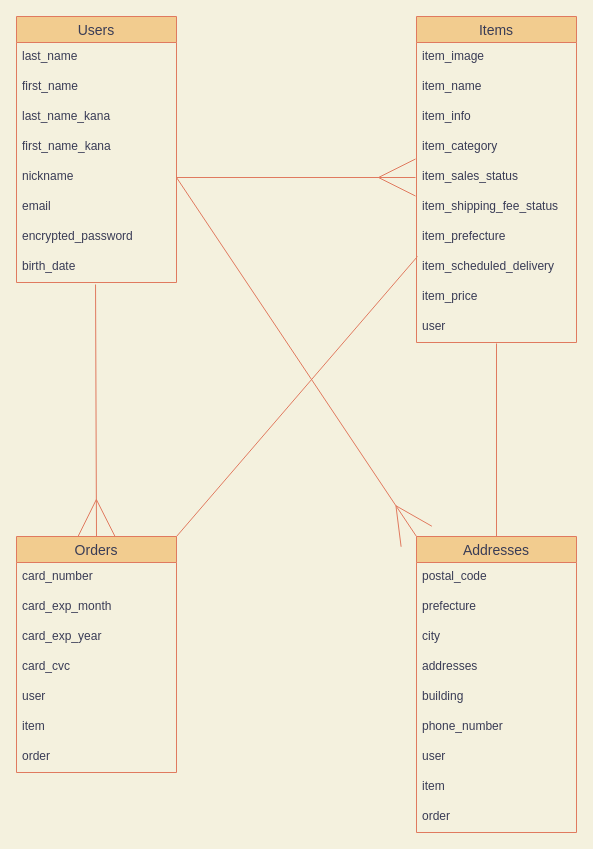
Above: test.dio in haru1507/furima-32087 (draw.io), before the change. Source tidied: cells renumbered, new cells numbered last; positions are measured from the earlier drawing's top-left corner, leaving out a move shared by most shapes. Both pictures are drawn from the tidied source at 100%, with x=0, y=0 at pixel (16, 16).
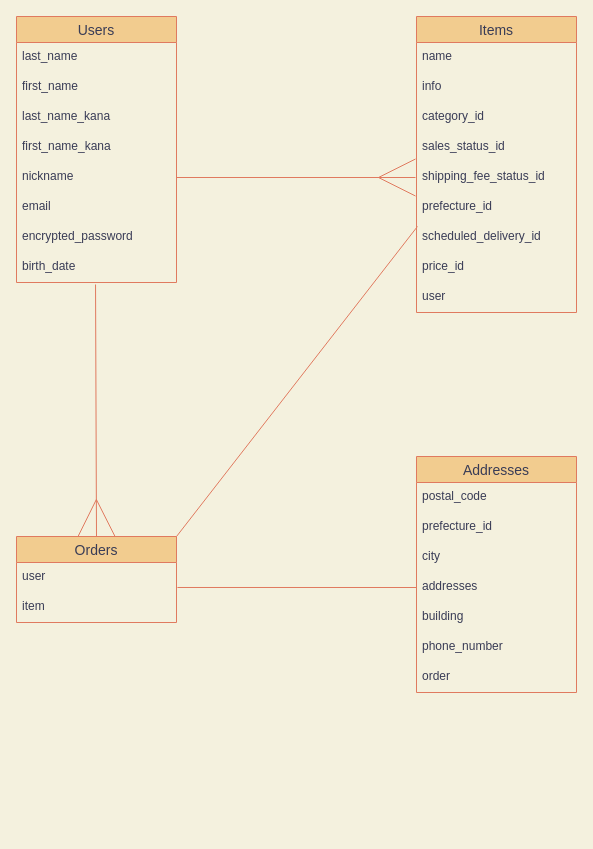
After the change.

Unchanged cells that the change refers to:
```xml
<mxCell id="18" value="nickname" style="text;strokeColor=none;fillColor=none;spacingLeft=4;spacingRight=4;overflow=hidden;points=[[0,0.5],[1,0.5]];portConstraint=eastwest;fontSize=12;fontColor=#393C56;" parent="13" vertex="1">
  <mxGeometry y="146" width="160" height="30" as="geometry" />
</mxCell>
<mxCell id="34" value="addresses" style="text;strokeColor=none;fillColor=none;spacingLeft=4;spacingRight=4;overflow=hidden;points=[[0,0.5],[1,0.5]];portConstraint=eastwest;fontSize=12;fontColor=#393C56;" parent="30" vertex="1">
  <mxGeometry y="116" width="160" height="30" as="geometry" />
</mxCell>
```

Change to the diagram source:
```diff
@@
     <mxCell id="2" value="Items" style="swimlane;fontStyle=0;horizontal=1;startSize=26;align=center;fontSize=14;fillColor=#F2CC8F;strokeColor=#E07A5F;fontColor=#393C56;" parent="1" vertex="1">
-      <mxGeometry x="400" width="160" height="326" as="geometry" />
+      <mxGeometry x="400" width="160" height="296" as="geometry" />
     </mxCell>
-    <mxCell id="3" value="item_image" style="text;strokeColor=none;fillColor=none;spacingLeft=4;spacingRight=4;overflow=hidden;fontSize=12;fontColor=#393C56;" parent="2" vertex="1">
-      <mxGeometry y="26" width="160" height="30" as="geometry" />
-    </mxCell>
-    <mxCell id="4" value="item_name" style="text;strokeColor=none;fillColor=none;spacingLeft=4;spacingRight=4;overflow=hidden;fontSize=12;fontColor=#393C56;" parent="2" vertex="1">
-      <mxGeometry y="56" width="160" height="30" as="geometry" />
+    <mxCell id="4" value="name" style="text;strokeColor=none;fillColor=none;spacingLeft=4;spacingRight=4;overflow=hidden;fontSize=12;fontColor=#393C56;" parent="2" vertex="1">
+      <mxGeometry y="26" width="160" height="30" as="geometry" />
     </mxCell>
-    <mxCell id="5" value="item_info" style="text;strokeColor=none;fillColor=none;spacingLeft=4;spacingRight=4;overflow=hidden;fontSize=12;fontColor=#393C56;" parent="2" vertex="1">
-      <mxGeometry y="86" width="160" height="30" as="geometry" />
+    <mxCell id="5" value="info" style="text;strokeColor=none;fillColor=none;spacingLeft=4;spacingRight=4;overflow=hidden;fontSize=12;fontColor=#393C56;" parent="2" vertex="1">
+      <mxGeometry y="56" width="160" height="30" as="geometry" />
     </mxCell>
-    <mxCell id="6" value="item_category" style="text;strokeColor=none;fillColor=none;spacingLeft=4;spacingRight=4;overflow=hidden;fontSize=12;fontColor=#393C56;" parent="2" vertex="1">
-      <mxGeometry y="116" width="160" height="30" as="geometry" />
+    <mxCell id="6" value="category_id" style="text;strokeColor=none;fillColor=none;spacingLeft=4;spacingRight=4;overflow=hidden;fontSize=12;fontColor=#393C56;" parent="2" vertex="1">
+      <mxGeometry y="86" width="160" height="30" as="geometry" />
     </mxCell>
-    <mxCell id="7" value="item_sales_status" style="text;strokeColor=none;fillColor=none;spacingLeft=4;spacingRight=4;overflow=hidden;points=[[0,0.5],[1,0.5]];portConstraint=eastwest;fontSize=12;fontColor=#393C56;" parent="2" vertex="1">
-      <mxGeometry y="146" width="160" height="30" as="geometry" />
+    <mxCell id="7" value="sales_status_id" style="text;strokeColor=none;fillColor=none;spacingLeft=4;spacingRight=4;overflow=hidden;points=[[0,0.5],[1,0.5]];portConstraint=eastwest;fontSize=12;fontColor=#393C56;" parent="2" vertex="1">
+      <mxGeometry y="116" width="160" height="30" as="geometry" />
     </mxCell>
-    <mxCell id="8" value="item_shipping_fee_status" style="text;strokeColor=none;fillColor=none;spacingLeft=4;spacingRight=4;overflow=hidden;fontSize=12;fontColor=#393C56;" parent="2" vertex="1">
-      <mxGeometry y="176" width="160" height="30" as="geometry" />
+    <mxCell id="8" value="shipping_fee_status_id" style="text;strokeColor=none;fillColor=none;spacingLeft=4;spacingRight=4;overflow=hidden;fontSize=12;fontColor=#393C56;" parent="2" vertex="1">
+      <mxGeometry y="146" width="160" height="30" as="geometry" />
     </mxCell>
-    <mxCell id="9" value="item_prefecture" style="text;strokeColor=none;fillColor=none;spacingLeft=4;spacingRight=4;overflow=hidden;fontSize=12;fontColor=#393C56;" parent="2" vertex="1">
-      <mxGeometry y="206" width="160" height="30" as="geometry" />
+    <mxCell id="9" value="prefecture_id" style="text;strokeColor=none;fillColor=none;spacingLeft=4;spacingRight=4;overflow=hidden;fontSize=12;fontColor=#393C56;" parent="2" vertex="1">
+      <mxGeometry y="176" width="160" height="30" as="geometry" />
     </mxCell>
-    <mxCell id="10" value="item_scheduled_delivery" style="text;strokeColor=none;fillColor=none;spacingLeft=4;spacingRight=4;overflow=hidden;points=[[0,0.5],[1,0.5]];portConstraint=eastwest;fontSize=12;fontColor=#393C56;" parent="2" vertex="1">
-      <mxGeometry y="236" width="160" height="30" as="geometry" />
+    <mxCell id="10" value="scheduled_delivery_id" style="text;strokeColor=none;fillColor=none;spacingLeft=4;spacingRight=4;overflow=hidden;points=[[0,0.5],[1,0.5]];portConstraint=eastwest;fontSize=12;fontColor=#393C56;" parent="2" vertex="1">
+      <mxGeometry y="206" width="160" height="30" as="geometry" />
     </mxCell>
-    <mxCell id="11" value="item_price" style="text;strokeColor=none;fillColor=none;spacingLeft=4;spacingRight=4;overflow=hidden;fontSize=12;fontColor=#393C56;" parent="2" vertex="1">
-      <mxGeometry y="266" width="160" height="30" as="geometry" />
+    <mxCell id="11" value="price_id" style="text;strokeColor=none;fillColor=none;spacingLeft=4;spacingRight=4;overflow=hidden;fontSize=12;fontColor=#393C56;" parent="2" vertex="1">
+      <mxGeometry y="236" width="160" height="30" as="geometry" />
     </mxCell>
     <mxCell id="12" value="user" style="text;strokeColor=none;fillColor=none;spacingLeft=4;spacingRight=4;overflow=hidden;points=[[0,0.5],[1,0.5]];portConstraint=eastwest;fontSize=12;fontColor=#393C56;" parent="2" vertex="1">
-      <mxGeometry y="296" width="160" height="30" as="geometry" />
+      <mxGeometry y="266" width="160" height="30" as="geometry" />
     </mxCell>
@@
     <mxCell id="22" value="Orders" style="swimlane;fontStyle=0;horizontal=1;startSize=26;align=center;fontSize=14;fillColor=#F2CC8F;strokeColor=#E07A5F;fontColor=#393C56;" parent="1" vertex="1">
-      <mxGeometry y="520" width="160" height="236" as="geometry" />
+      <mxGeometry y="520" width="160" height="86" as="geometry" />
     </mxCell>
-    <mxCell id="23" value="card_number" style="text;strokeColor=none;fillColor=none;spacingLeft=4;spacingRight=4;overflow=hidden;fontSize=12;fontColor=#393C56;" parent="22" vertex="1">
-      <mxGeometry y="26" width="160" height="30" as="geometry" />
-    </mxCell>
-    <mxCell id="24" value="card_exp_month" style="text;strokeColor=none;fillColor=none;spacingLeft=4;spacingRight=4;overflow=hidden;fontSize=12;fontColor=#393C56;" parent="22" vertex="1">
-      <mxGeometry y="56" width="160" height="30" as="geometry" />
-    </mxCell>
-    <mxCell id="25" value="card_exp_year" style="text;strokeColor=none;fillColor=none;spacingLeft=4;spacingRight=4;overflow=hidden;fontSize=12;fontColor=#393C56;" parent="22" vertex="1">
-      <mxGeometry y="86" width="160" height="30" as="geometry" />
-    </mxCell>
-    <mxCell id="26" value="card_cvc" style="text;strokeColor=none;fillColor=none;spacingLeft=4;spacingRight=4;overflow=hidden;fontSize=12;fontColor=#393C56;" parent="22" vertex="1">
-      <mxGeometry y="116" width="160" height="30" as="geometry" />
-    </mxCell>
     <mxCell id="27" value="user" style="text;strokeColor=none;fillColor=none;spacingLeft=4;spacingRight=4;overflow=hidden;points=[[0,0.5],[1,0.5]];portConstraint=eastwest;fontSize=12;fontColor=#393C56;" parent="22" vertex="1">
-      <mxGeometry y="146" width="160" height="30" as="geometry" />
+      <mxGeometry y="26" width="160" height="30" as="geometry" />
     </mxCell>
     <mxCell id="28" value="item" style="text;strokeColor=none;fillColor=none;spacingLeft=4;spacingRight=4;overflow=hidden;fontSize=12;fontColor=#393C56;" parent="22" vertex="1">
-      <mxGeometry y="176" width="160" height="30" as="geometry" />
+      <mxGeometry y="56" width="160" height="30" as="geometry" />
     </mxCell>
-    <mxCell id="29" value="order" style="text;strokeColor=none;fillColor=none;spacingLeft=4;spacingRight=4;overflow=hidden;fontSize=12;fontColor=#393C56;" parent="22" vertex="1">
-      <mxGeometry y="206" width="160" height="30" as="geometry" />
-    </mxCell>
     <mxCell id="30" value="Addresses" style="swimlane;fontStyle=0;horizontal=1;startSize=26;align=center;fontSize=14;fillColor=#F2CC8F;strokeColor=#E07A5F;fontColor=#393C56;" parent="1" vertex="1">
-      <mxGeometry x="400" y="520" width="160" height="296" as="geometry" />
+      <mxGeometry x="400" y="440" width="160" height="236" as="geometry" />
     </mxCell>
@@
-    <mxCell id="32" value="prefecture" style="text;strokeColor=none;fillColor=none;spacingLeft=4;spacingRight=4;overflow=hidden;fontSize=12;fontColor=#393C56;" parent="30" vertex="1">
+    <mxCell id="32" value="prefecture_id" style="text;strokeColor=none;fillColor=none;spacingLeft=4;spacingRight=4;overflow=hidden;fontSize=12;fontColor=#393C56;" parent="30" vertex="1">
       <mxGeometry y="56" width="160" height="30" as="geometry" />
     </mxCell>
@@
-    <mxCell id="37" value="user" style="text;strokeColor=none;fillColor=none;spacingLeft=4;spacingRight=4;overflow=hidden;fontSize=12;fontColor=#393C56;" parent="30" vertex="1">
+    <mxCell id="37" value="order" style="text;strokeColor=none;fillColor=none;spacingLeft=4;spacingRight=4;overflow=hidden;fontSize=12;fontColor=#393C56;" parent="30" vertex="1">
       <mxGeometry y="206" width="160" height="30" as="geometry" />
     </mxCell>
-    <mxCell id="38" value="item" style="text;strokeColor=none;fillColor=none;spacingLeft=4;spacingRight=4;overflow=hidden;fontSize=12;fontColor=#393C56;" parent="30" vertex="1">
-      <mxGeometry y="236" width="160" height="30" as="geometry" />
-    </mxCell>
-    <mxCell id="39" value="order" style="text;strokeColor=none;fillColor=none;spacingLeft=4;spacingRight=4;overflow=hidden;fontSize=12;fontColor=#393C56;" parent="30" vertex="1">
-      <mxGeometry y="266" width="160" height="30" as="geometry" />
-    </mxCell>
@@
-    <mxCell id="41" style="edgeStyle=none;rounded=0;jettySize=auto;html=1;endArrow=ERmany;endFill=0;strokeColor=#E07A5F;fontColor=#393C56;labelBackgroundColor=#F4F1DE;" parent="1" edge="1" source="7">
-      <mxGeometry relative="1" as="geometry">
-        <mxPoint x="400" y="161" as="targetPoint" />
-      </mxGeometry>
-    </mxCell>
-    <mxCell id="42" style="rounded=0;jettySize=auto;html=1;exitX=1;exitY=0.5;exitDx=0;exitDy=0;endArrow=ERmany;endFill=0;endSize=35;startSize=35;entryX=0;entryY=0;entryDx=0;entryDy=0;strokeColor=#E07A5F;fontColor=#393C56;labelBackgroundColor=#F4F1DE;" parent="1" edge="1" source="18" target="30">
-      <mxGeometry relative="1" as="geometry" />
-    </mxCell>
-    <mxCell id="43" style="rounded=0;jettySize=auto;html=1;endArrow=none;endFill=0;endSize=35;startSize=35;entryX=0.5;entryY=0;entryDx=0;entryDy=0;strokeColor=#E07A5F;fontColor=#393C56;labelBackgroundColor=#F4F1DE;exitX=0.5;exitY=1.033;exitDx=0;exitDy=0;exitPerimeter=0;" parent="1" edge="1" source="12" target="30">
-      <mxGeometry relative="1" as="geometry" />
-    </mxCell>
@@
+    <mxCell id="38" style="rounded=0;jettySize=auto;html=1;exitX=0;exitY=0.5;exitDx=0;exitDy=0;endArrow=none;endFill=0;endSize=35;startSize=35;strokeColor=#E07A5F;fontColor=#393C56;labelBackgroundColor=#F4F1DE;entryX=1.006;entryY=0.833;entryDx=0;entryDy=0;entryPerimeter=0;" parent="1" edge="1" source="34" target="27">
+      <mxGeometry relative="1" as="geometry" />
+    </mxCell>
```
